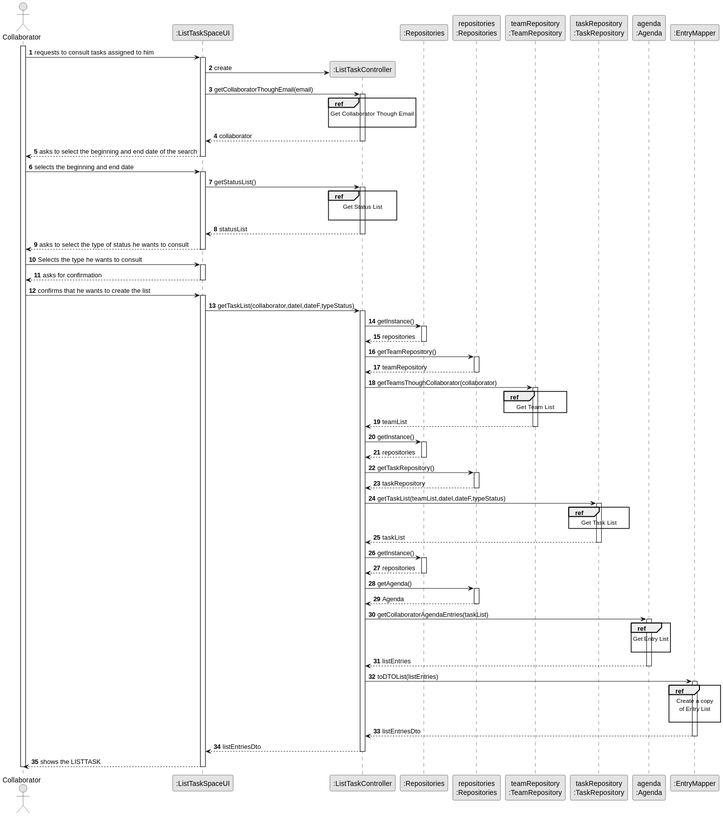
This is docs/sprintC/us028/03.design/svg/us028-sequence-diagram-split.svg from diogoveirospro/lei-24-s2-1dg-g072, a PlantUML export, as it was before one commit.
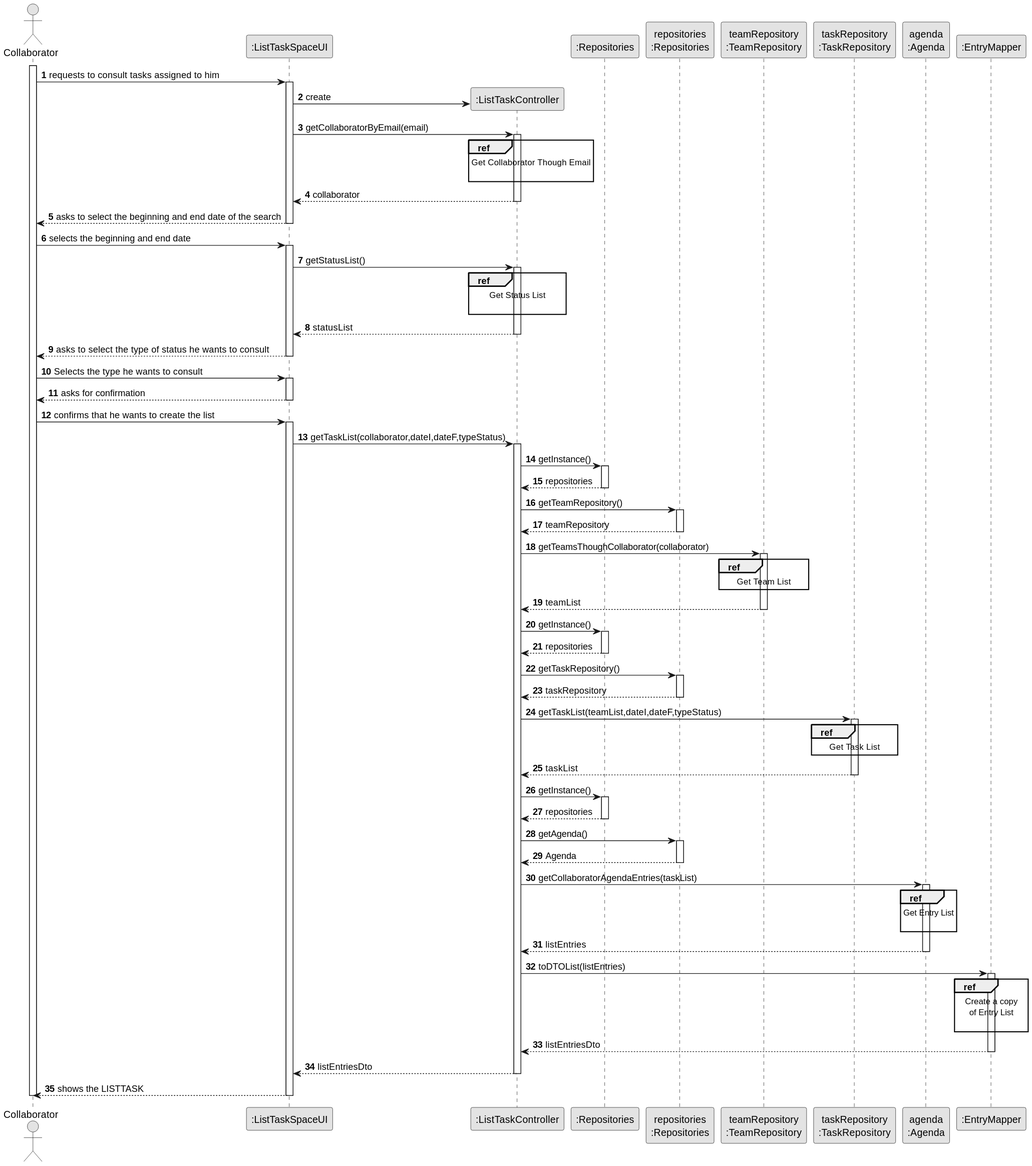
The same file after the commit.

The edit, as a diff of the source:
```diff
@@ -24,7 +24,7 @@
     activate UI
 
     UI -> CTRL** : create
-    UI -> CTRL : getCollaboratorThoughEmail(email)
+    UI -> CTRL : getCollaboratorByEmail(email)
         activate CTRL
 
         ref over CTRL
```
